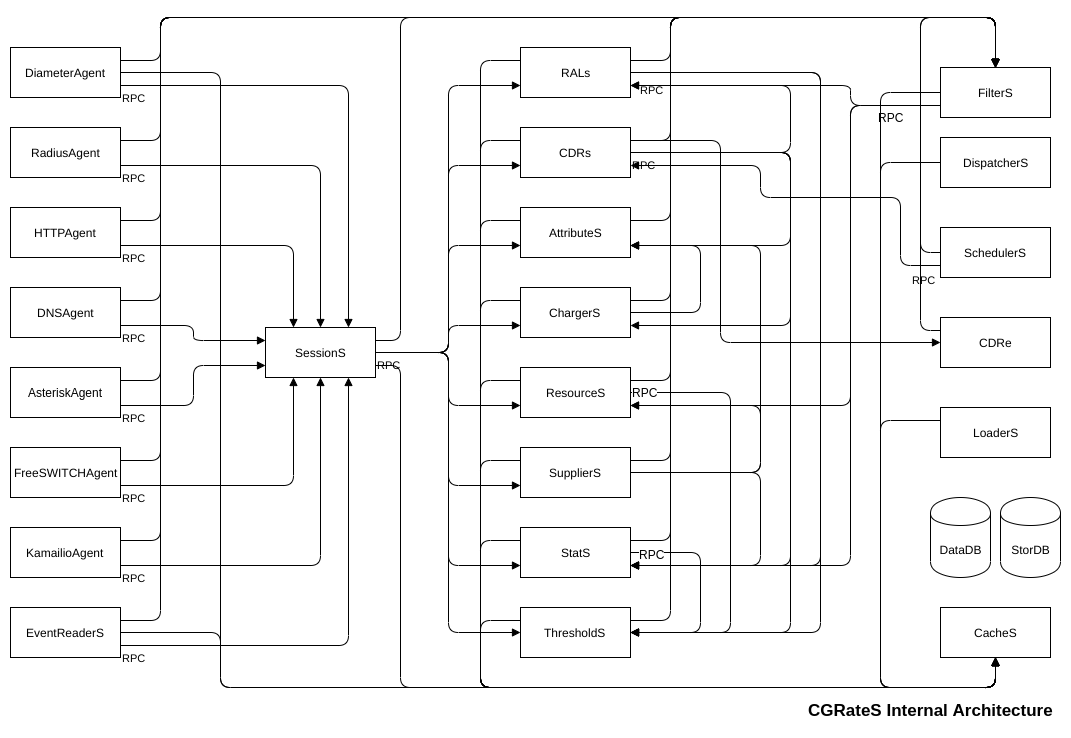
Before: docs/images/CGRateSInternalArchitecture.png, a diagram exported from draw.io (cgrates/cgrates). Source tidied: cells renumbered, new cells last; positions are measured from the earlier drawing's top-left corner, leaving out a move shared by most shapes.
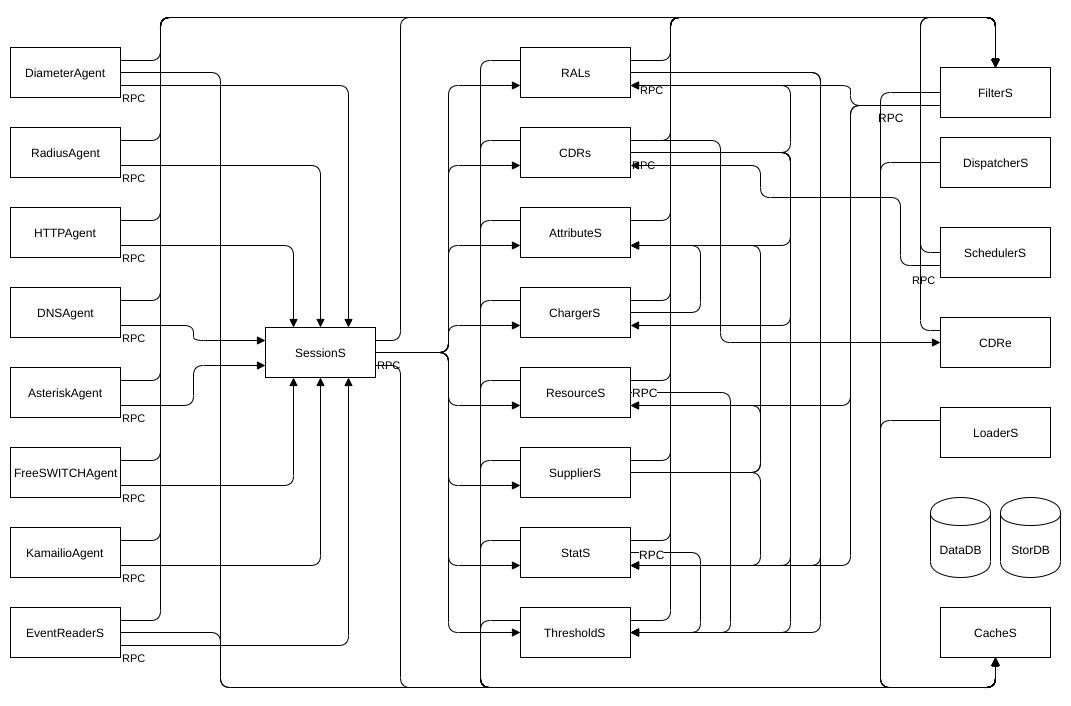
The same diagram one commit later.

Commit message:
Updating internal architecture diagram

Diff of the diagram source:
```diff
@@ -740,8 +740,5 @@
     <mxCell id="149" style="html=1;align=left;verticalAlign=bottom;labelBackgroundColor=#ffffff;fontSize=10;" parent="148" vertex="1">
       <mxGeometry x="-1" relative="1" as="geometry" />
     </mxCell>
-    <mxCell id="150" value="&lt;font style=&quot;font-size: 17px&quot;&gt;CGRateS Internal Architecture&lt;/font&gt;" style="text;strokeColor=none;fillColor=none;html=1;fontSize=24;fontStyle=1;verticalAlign=middle;align=center;" parent="1" vertex="1">
-      <mxGeometry x="870" y="670" width="100" height="40" as="geometry" />
-    </mxCell>
   </root>
 </mxGraphModel>
```
